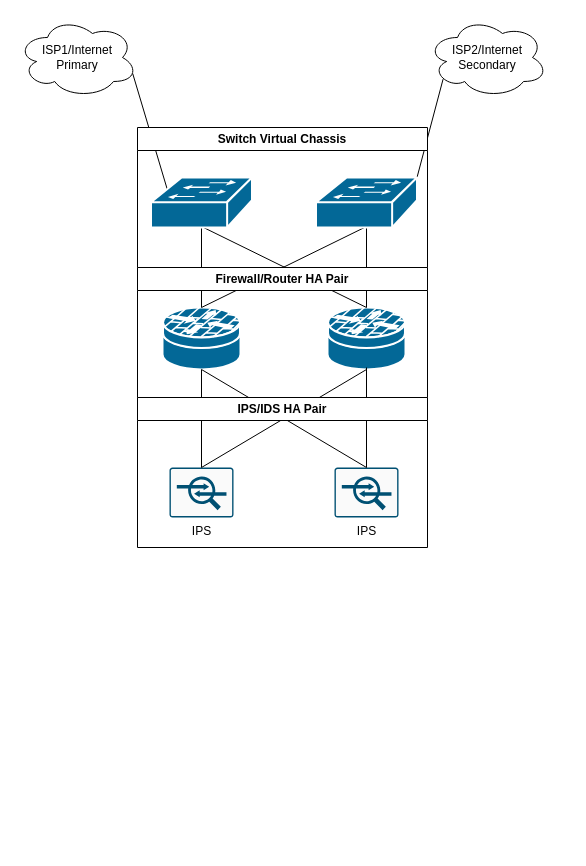
Earlier version of the draw.io diagram LibertyBev.drawio (adamrt918/Diagram). Source tidied: cells renumbered, new cells numbered last; positions are measured from the earlier drawing's top-left corner, leaving out a move shared by most shapes. Both pictures are drawn from the tidied source at 100%, with x=0, y=0 at pixel (17, 17).
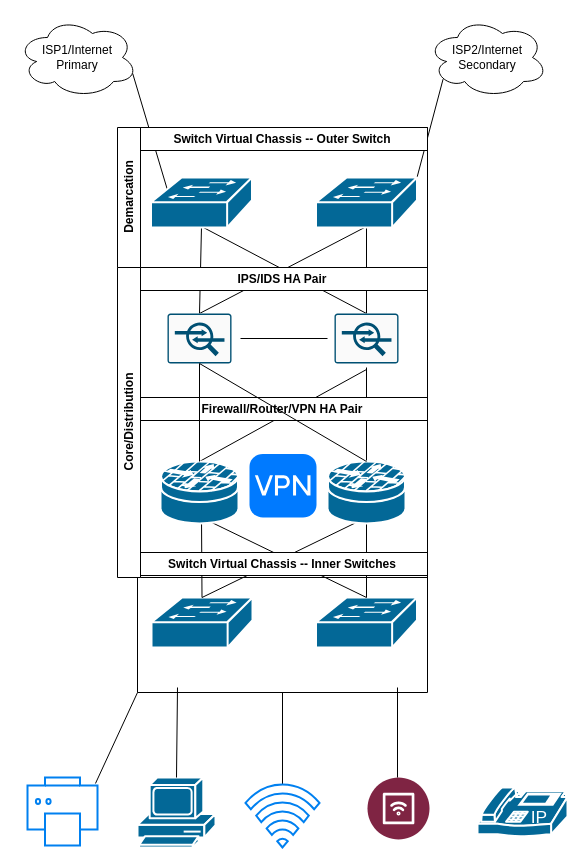
Above is the later version.

The change refers to these unchanged cells:
```xml
<mxCell id="14" style="shape=mxgraph.cisco.switches.workgroup_switch;sketch=0;html=1;dashed=0;fillColor=#036897;strokeColor=#ffffff;strokeWidth=2;verticalLabelPosition=bottom;verticalAlign=top;align=center;outlineConnect=0;" parent="13" vertex="1">
  <mxGeometry x="13.5" y="50" width="101" height="50" as="geometry" />
</mxCell>
<mxCell id="15" style="shape=mxgraph.cisco.switches.workgroup_switch;sketch=0;html=1;dashed=0;fillColor=#036897;strokeColor=#ffffff;strokeWidth=2;verticalLabelPosition=bottom;verticalAlign=top;align=center;outlineConnect=0;" parent="13" vertex="1">
  <mxGeometry x="178.5" y="50" width="101" height="50" as="geometry" />
</mxCell>
```

The edit, as a diff of the source:
```diff
@@
+    <mxCell id="23" style="endArrow=none;html=1;rounded=0;exitX=1;exitY=0.5;exitDx=0;exitDy=0;exitPerimeter=0;entryX=0;entryY=0.5;entryDx=0;entryDy=0;entryPerimeter=0;" parent="1" edge="1">
+      <mxGeometry relative="1" as="geometry">
+        <mxPoint x="223" y="321" as="sourcePoint" />
+        <mxPoint x="310" y="321" as="targetPoint" />
+      </mxGeometry>
+    </mxCell>
@@
-    <mxCell id="5" style="shape=mxgraph.cisco.security.router_firewall;sketch=0;html=1;dashed=0;fillColor=#036897;strokeColor=#ffffff;strokeWidth=2;verticalLabelPosition=bottom;verticalAlign=top;align=center;outlineConnect=0;" parent="1" vertex="1">
-      <mxGeometry x="145" y="290" width="78" height="62" as="geometry" />
-    </mxCell>
-    <mxCell id="6" value="IPS" style="sketch=0;points=[[0.015,0.015,0],[0.985,0.015,0],[0.985,0.985,0],[0.015,0.985,0],[0.25,0,0],[0.5,0,0],[0.75,0,0],[1,0.25,0],[1,0.5,0],[1,0.75,0],[0.75,1,0],[0.5,1,0],[0.25,1,0],[0,0.75,0],[0,0.5,0],[0,0.25,0]];verticalLabelPosition=bottom;html=1;verticalAlign=top;align=center;shape=mxgraph.cisco19.rect;prIcon=ips_ids;fillColor=#FAFAFA;strokeColor=#005073;" parent="1" vertex="1">
-      <mxGeometry x="152" y="450" width="64" height="50" as="geometry" />
-    </mxCell>
-    <mxCell id="7" style="shape=mxgraph.cisco.security.router_firewall;sketch=0;html=1;dashed=0;fillColor=#036897;strokeColor=#ffffff;strokeWidth=2;verticalLabelPosition=bottom;verticalAlign=top;align=center;outlineConnect=0;" parent="1" vertex="1">
-      <mxGeometry x="310" y="290" width="78" height="62" as="geometry" />
-    </mxCell>
@@
-    <mxCell id="9" style="endArrow=none;html=1;rounded=0;entryX=0.5;entryY=0.98;entryDx=0;entryDy=0;entryPerimeter=0;exitX=0.5;exitY=0;exitDx=0;exitDy=0;exitPerimeter=0;" parent="1" edge="1" source="7" target="14">
+    <mxCell id="9" style="endArrow=none;html=1;rounded=0;entryX=0.5;entryY=0.98;entryDx=0;entryDy=0;entryPerimeter=0;exitX=0.5;exitY=0;exitDx=0;exitDy=0;exitPerimeter=0;" parent="1" edge="1" source="42" target="14">
       <mxGeometry relative="1" as="geometry" />
     </mxCell>
-    <mxCell id="10" style="endArrow=none;html=1;rounded=0;entryX=0.5;entryY=0.98;entryDx=0;entryDy=0;entryPerimeter=0;exitX=0.5;exitY=0;exitDx=0;exitDy=0;exitPerimeter=0;" parent="1" edge="1" source="5" target="14">
+    <mxCell id="10" style="endArrow=none;html=1;rounded=0;entryX=0.5;entryY=0.98;entryDx=0;entryDy=0;entryPerimeter=0;exitX=0.5;exitY=0;exitDx=0;exitDy=0;exitPerimeter=0;" parent="1" edge="1" source="45" target="14">
       <mxGeometry relative="1" as="geometry" />
     </mxCell>
-    <mxCell id="11" style="endArrow=none;html=1;rounded=0;entryX=0.5;entryY=0.98;entryDx=0;entryDy=0;entryPerimeter=0;exitX=0.5;exitY=0;exitDx=0;exitDy=0;exitPerimeter=0;" parent="1" edge="1" source="5" target="15">
+    <mxCell id="11" style="endArrow=none;html=1;rounded=0;entryX=0.5;entryY=0.98;entryDx=0;entryDy=0;entryPerimeter=0;exitX=0.5;exitY=0;exitDx=0;exitDy=0;exitPerimeter=0;" parent="1" edge="1" source="45" target="15">
       <mxGeometry relative="1" as="geometry" />
     </mxCell>
-    <mxCell id="12" style="endArrow=none;html=1;rounded=0;entryX=0.5;entryY=0.98;entryDx=0;entryDy=0;entryPerimeter=0;exitX=0.5;exitY=0;exitDx=0;exitDy=0;exitPerimeter=0;" parent="1" edge="1" source="7" target="15">
+    <mxCell id="12" style="endArrow=none;html=1;rounded=0;entryX=0.5;entryY=0.98;entryDx=0;entryDy=0;entryPerimeter=0;exitX=0.5;exitY=0;exitDx=0;exitDy=0;exitPerimeter=0;" parent="1" edge="1" source="42" target="15">
       <mxGeometry relative="1" as="geometry" />
     </mxCell>
-    <mxCell id="13" value="Switch Virtual Chassis" style="swimlane;whiteSpace=wrap;html=1;" parent="1" vertex="1">
+    <mxCell id="13" value="Switch Virtual Chassis -- Outer Switch" style="swimlane;whiteSpace=wrap;html=1;" parent="1" vertex="1">
       <mxGeometry x="120" y="110" width="290" height="140" as="geometry" />
     </mxCell>
@@
-    <mxCell id="16" style="endArrow=none;html=1;rounded=0;entryX=0.5;entryY=1;entryDx=0;entryDy=0;entryPerimeter=0;exitX=0.5;exitY=0;exitDx=0;exitDy=0;exitPerimeter=0;" parent="1" edge="1" source="6" target="5">
-      <mxGeometry relative="1" as="geometry" />
-    </mxCell>
-    <mxCell id="17" style="endArrow=none;html=1;rounded=0;entryX=0.5;entryY=1;entryDx=0;entryDy=0;entryPerimeter=0;exitX=0.5;exitY=0;exitDx=0;exitDy=0;exitPerimeter=0;" parent="1" edge="1" source="6" target="7">
-      <mxGeometry relative="1" as="geometry" />
+    <mxCell id="17" style="endArrow=none;html=1;rounded=0;entryX=0.5;entryY=1;entryDx=0;entryDy=0;entryPerimeter=0;exitX=0.5;exitY=0;exitDx=0;exitDy=0;exitPerimeter=0;" parent="1" edge="1" source="46">
+      <mxGeometry relative="1" as="geometry">
+        <mxPoint x="349" y="352" as="targetPoint" />
+      </mxGeometry>
     </mxCell>
-    <mxCell id="18" value="IPS" style="sketch=0;points=[[0.015,0.015,0],[0.985,0.015,0],[0.985,0.985,0],[0.015,0.985,0],[0.25,0,0],[0.5,0,0],[0.75,0,0],[1,0.25,0],[1,0.5,0],[1,0.75,0],[0.75,1,0],[0.5,1,0],[0.25,1,0],[0,0.75,0],[0,0.5,0],[0,0.25,0]];verticalLabelPosition=bottom;html=1;verticalAlign=top;align=center;shape=mxgraph.cisco19.rect;prIcon=ips_ids;fillColor=#FAFAFA;strokeColor=#005073;" parent="1" vertex="1">
-      <mxGeometry x="317" y="450" width="64" height="50" as="geometry" />
-    </mxCell>
-    <mxCell id="19" style="endArrow=none;html=1;rounded=0;entryX=0.5;entryY=1;entryDx=0;entryDy=0;entryPerimeter=0;exitX=0.5;exitY=0;exitDx=0;exitDy=0;exitPerimeter=0;" parent="1" edge="1" source="18" target="5">
-      <mxGeometry relative="1" as="geometry" />
-    </mxCell>
-    <mxCell id="20" style="endArrow=none;html=1;rounded=0;exitX=0.5;exitY=0;exitDx=0;exitDy=0;exitPerimeter=0;" parent="1" edge="1" source="18">
+    <mxCell id="20" style="endArrow=none;html=1;rounded=0;exitX=0.5;exitY=0;exitDx=0;exitDy=0;exitPerimeter=0;" parent="1" edge="1" source="43">
       <mxGeometry relative="1" as="geometry">
         <mxPoint x="349" y="350" as="targetPoint" />
       </mxGeometry>
     </mxCell>
-    <mxCell id="21" value="Firewall/Router HA Pair" style="swimlane;whiteSpace=wrap;html=1;" parent="1" vertex="1">
+    <mxCell id="21" value="IPS/IDS HA Pair" style="swimlane;whiteSpace=wrap;html=1;" parent="1" vertex="1">
       <mxGeometry x="120" y="250" width="290" height="130" as="geometry" />
     </mxCell>
+    <mxCell id="24" value="Demarcation" style="swimlane;horizontal=0;whiteSpace=wrap;html=1;" parent="1" vertex="1">
+      <mxGeometry x="100" y="110" width="310" height="140" as="geometry" />
+    </mxCell>
+    <mxCell id="25" style="shape=mxgraph.cisco.switches.workgroup_switch;sketch=0;html=1;dashed=0;fillColor=#036897;strokeColor=#ffffff;strokeWidth=2;verticalLabelPosition=bottom;verticalAlign=top;align=center;outlineConnect=0;" parent="1" vertex="1">
+      <mxGeometry x="134" y="580" width="101" height="50" as="geometry" />
+    </mxCell>
+    <mxCell id="26" style="shape=mxgraph.cisco.switches.workgroup_switch;sketch=0;html=1;dashed=0;fillColor=#036897;strokeColor=#ffffff;strokeWidth=2;verticalLabelPosition=bottom;verticalAlign=top;align=center;outlineConnect=0;" parent="1" vertex="1">
+      <mxGeometry x="298.5" y="580" width="101" height="50" as="geometry" />
+    </mxCell>
+    <mxCell id="27" style="endArrow=none;html=1;rounded=0;exitX=0.5;exitY=1;exitDx=0;exitDy=0;exitPerimeter=0;entryX=0.5;entryY=0;entryDx=0;entryDy=0;entryPerimeter=0;" parent="1" edge="1" target="25">
+      <mxGeometry relative="1" as="geometry">
+        <mxPoint x="184" y="500" as="sourcePoint" />
+      </mxGeometry>
+    </mxCell>
+    <mxCell id="28" style="endArrow=none;html=1;rounded=0;entryX=0.5;entryY=1;entryDx=0;entryDy=0;entryPerimeter=0;exitX=0.5;exitY=0;exitDx=0;exitDy=0;exitPerimeter=0;" parent="1" edge="1" source="26">
+      <mxGeometry relative="1" as="geometry">
+        <mxPoint x="349" y="500" as="targetPoint" />
+      </mxGeometry>
+    </mxCell>
+    <mxCell id="29" style="endArrow=none;html=1;rounded=0;entryX=0.5;entryY=1;entryDx=0;entryDy=0;entryPerimeter=0;exitX=0.5;exitY=0;exitDx=0;exitDy=0;exitPerimeter=0;" parent="1" edge="1" source="25">
+      <mxGeometry relative="1" as="geometry">
+        <mxPoint x="349" y="500" as="targetPoint" />
+      </mxGeometry>
+    </mxCell>
+    <mxCell id="30" style="endArrow=none;html=1;rounded=0;entryX=0.5;entryY=1;entryDx=0;entryDy=0;entryPerimeter=0;exitX=0.5;exitY=0;exitDx=0;exitDy=0;exitPerimeter=0;" parent="1" edge="1" source="26">
+      <mxGeometry relative="1" as="geometry">
+        <mxPoint x="184" y="500" as="targetPoint" />
+      </mxGeometry>
+    </mxCell>
+    <mxCell id="31" style="shape=mxgraph.cisco.computers_and_peripherals.pc;html=1;dashed=0;fillColor=#036897;strokeColor=#ffffff;strokeWidth=2;verticalLabelPosition=bottom;verticalAlign=top;align=center;outlineConnect=0;" parent="1" vertex="1">
+      <mxGeometry x="120" y="760" width="78" height="70" as="geometry" />
+    </mxCell>
+    <mxCell id="32" style="verticalLabelPosition=bottom;html=1;shape=mxgraph.salesforce.iot2;fillColorStyles=fillColor2,fillColor3;fillColor2=light-dark(#7F2443,#32A0FF);fillColor3=light-dark(#FFFFFF,#000000);fillColor=none;strokeColor=none;" parent="1" vertex="1">
+      <mxGeometry x="350" y="760" width="62" height="62" as="geometry" />
+    </mxCell>
+    <mxCell id="33" style="endArrow=none;html=1;rounded=0;exitX=0.5;exitY=0;exitDx=0;exitDy=0;exitPerimeter=0;" parent="1" edge="1" source="31">
+      <mxGeometry relative="1" as="geometry">
+        <mxPoint x="160" y="670" as="targetPoint" />
+      </mxGeometry>
+    </mxCell>
+    <mxCell id="34" style="endArrow=none;html=1;rounded=0;entryX=0.5;entryY=1;entryDx=0;entryDy=0;exitX=0.5;exitY=0.048;exitDx=0;exitDy=0;exitPerimeter=0;" parent="1" edge="1" source="35" target="40">
+      <mxGeometry relative="1" as="geometry" />
+    </mxCell>
+    <mxCell id="35" style="html=1;verticalLabelPosition=bottom;align=center;labelBackgroundColor=#ffffff;verticalAlign=top;strokeWidth=2;strokeColor=#0080F0;shadow=0;dashed=0;shape=mxgraph.ios7.icons.wifi;" parent="1" vertex="1">
+      <mxGeometry x="228" y="767" width="74" height="63" as="geometry" />
+    </mxCell>
+    <mxCell id="36" style="endArrow=none;html=1;rounded=0;exitX=0.484;exitY=0;exitDx=0;exitDy=0;exitPerimeter=0;" parent="1" edge="1" source="32">
+      <mxGeometry relative="1" as="geometry">
+        <mxPoint x="380" y="670" as="targetPoint" />
+      </mxGeometry>
+    </mxCell>
+    <mxCell id="37" style="html=1;verticalLabelPosition=bottom;align=center;labelBackgroundColor=#ffffff;verticalAlign=top;strokeWidth=2;strokeColor=#0080F0;shadow=0;dashed=0;shape=mxgraph.ios7.icons.printer;" parent="1" vertex="1">
+      <mxGeometry x="10" y="760" width="70" height="68" as="geometry" />
+    </mxCell>
+    <mxCell id="38" style="endArrow=none;html=1;rounded=0;exitX=0;exitY=1;exitDx=0;exitDy=0;entryX=0.971;entryY=0.088;entryDx=0;entryDy=0;entryPerimeter=0;" parent="1" edge="1" source="40" target="37">
+      <mxGeometry relative="1" as="geometry" />
+    </mxCell>
+    <mxCell id="39" style="sketch=0;html=1;dashed=0;fillColor=#036897;strokeColor=#ffffff;strokeWidth=2;verticalLabelPosition=bottom;verticalAlign=top;align=center;shape=mxgraph.cisco.modems_and_phones.ip_phone;" parent="1" vertex="1">
+      <mxGeometry x="460" y="770" width="90" height="50" as="geometry" />
+    </mxCell>
-    <mxCell id="22" value="IPS/IDS HA Pair" style="swimlane;whiteSpace=wrap;html=1;" parent="1" vertex="1">
-      <mxGeometry x="120" y="380" width="290" height="150" as="geometry" />
+    <mxCell id="22" value="Firewall/Router/VPN HA Pair" style="swimlane;whiteSpace=wrap;html=1;" parent="1" vertex="1">
+      <mxGeometry x="120" y="380" width="290" height="160" as="geometry" />
     </mxCell>
+    <mxCell id="40" value="Switch Virtual Chassis -- Inner Switches" style="swimlane;whiteSpace=wrap;html=1;" parent="1" vertex="1">
+      <mxGeometry x="120" y="535" width="290" height="140" as="geometry" />
+    </mxCell>
+    <mxCell id="41" value="Core/Distribution" style="swimlane;horizontal=0;whiteSpace=wrap;html=1;" parent="1" vertex="1">
+      <mxGeometry x="100" y="250" width="310" height="310" as="geometry" />
+    </mxCell>
+    <mxCell id="42" style="sketch=0;points=[[0.015,0.015,0],[0.985,0.015,0],[0.985,0.985,0],[0.015,0.985,0],[0.25,0,0],[0.5,0,0],[0.75,0,0],[1,0.25,0],[1,0.5,0],[1,0.75,0],[0.75,1,0],[0.5,1,0],[0.25,1,0],[0,0.75,0],[0,0.5,0],[0,0.25,0]];verticalLabelPosition=bottom;html=1;verticalAlign=top;align=center;shape=mxgraph.cisco19.rect;prIcon=ips_ids;fillColor=#FAFAFA;strokeColor=#005073;" parent="41" vertex="1">
+      <mxGeometry x="217" y="46" width="64" height="50" as="geometry" />
+    </mxCell>
+    <mxCell id="43" style="shape=mxgraph.cisco.security.router_firewall;sketch=0;html=1;dashed=0;fillColor=#036897;strokeColor=#ffffff;strokeWidth=2;verticalLabelPosition=bottom;verticalAlign=top;align=center;outlineConnect=0;" parent="41" vertex="1">
+      <mxGeometry x="210" y="194" width="78" height="62" as="geometry" />
+    </mxCell>
+    <mxCell id="44" style="html=1;strokeWidth=1;shadow=0;dashed=0;shape=mxgraph.ios7.misc.vpn;fillColor=#007AFF;strokeColor=none;buttonText=;strokeColor2=#222222;fontColor=#222222;fontSize=8;verticalLabelPosition=bottom;verticalAlign=top;align=center;sketch=0;" parent="41" vertex="1">
+      <mxGeometry x="132" y="186.5" width="67" height="63.5" as="geometry" />
+    </mxCell>
+    <mxCell id="45" style="sketch=0;points=[[0.015,0.015,0],[0.985,0.015,0],[0.985,0.985,0],[0.015,0.985,0],[0.25,0,0],[0.5,0,0],[0.75,0,0],[1,0.25,0],[1,0.5,0],[1,0.75,0],[0.75,1,0],[0.5,1,0],[0.25,1,0],[0,0.75,0],[0,0.5,0],[0,0.25,0]];verticalLabelPosition=bottom;html=1;verticalAlign=top;align=center;shape=mxgraph.cisco19.rect;prIcon=ips_ids;fillColor=#FAFAFA;strokeColor=#005073;" parent="41" vertex="1">
+      <mxGeometry x="50" y="46" width="64" height="50" as="geometry" />
+    </mxCell>
+    <mxCell id="46" style="shape=mxgraph.cisco.security.router_firewall;sketch=0;html=1;dashed=0;fillColor=#036897;strokeColor=#ffffff;strokeWidth=2;verticalLabelPosition=bottom;verticalAlign=top;align=center;outlineConnect=0;" parent="41" vertex="1">
+      <mxGeometry x="43" y="194" width="78" height="62" as="geometry" />
+    </mxCell>
+    <mxCell id="16" style="endArrow=none;html=1;rounded=0;entryX=0.5;entryY=1;entryDx=0;entryDy=0;entryPerimeter=0;exitX=0.5;exitY=0;exitDx=0;exitDy=0;exitPerimeter=0;" parent="41" edge="1" source="46" target="45">
+      <mxGeometry relative="1" as="geometry" />
+    </mxCell>
+    <mxCell id="19" style="endArrow=none;html=1;rounded=0;entryX=0.5;entryY=1;entryDx=0;entryDy=0;entryPerimeter=0;exitX=0.5;exitY=0;exitDx=0;exitDy=0;exitPerimeter=0;" parent="41" edge="1" source="43" target="45">
+      <mxGeometry relative="1" as="geometry" />
+    </mxCell>
```
